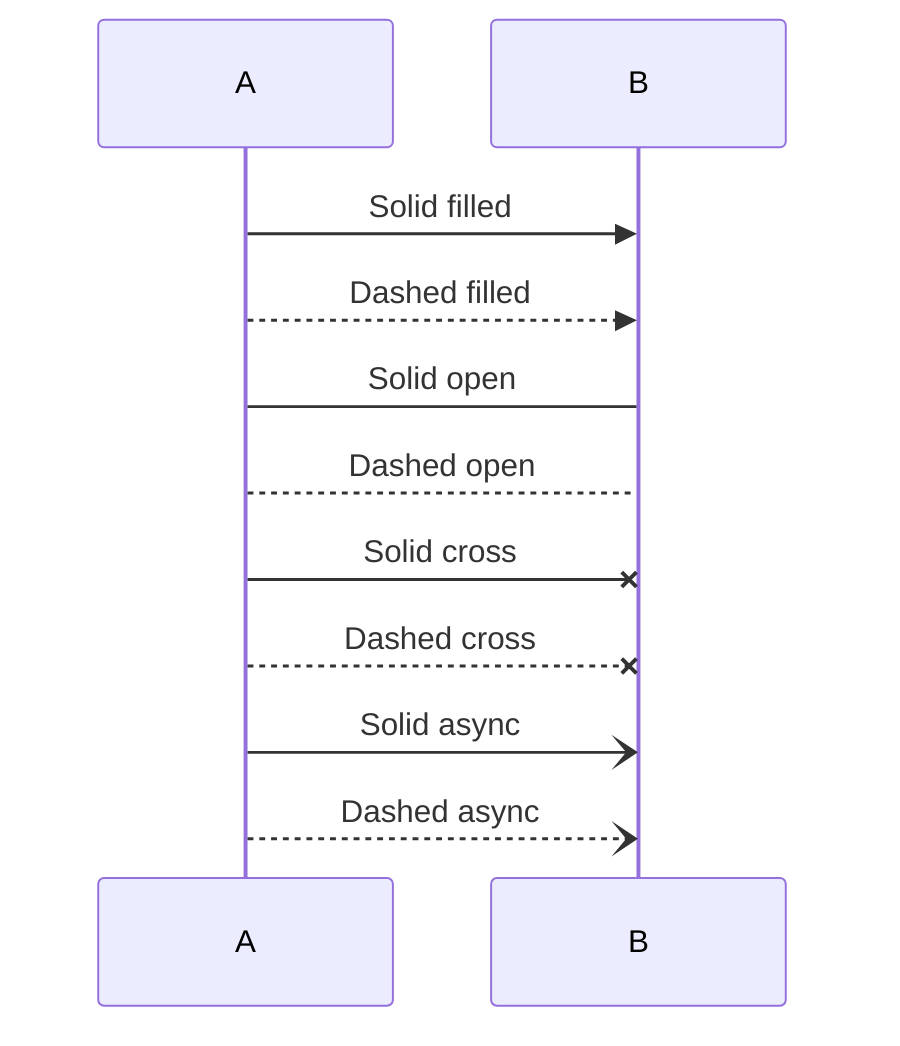
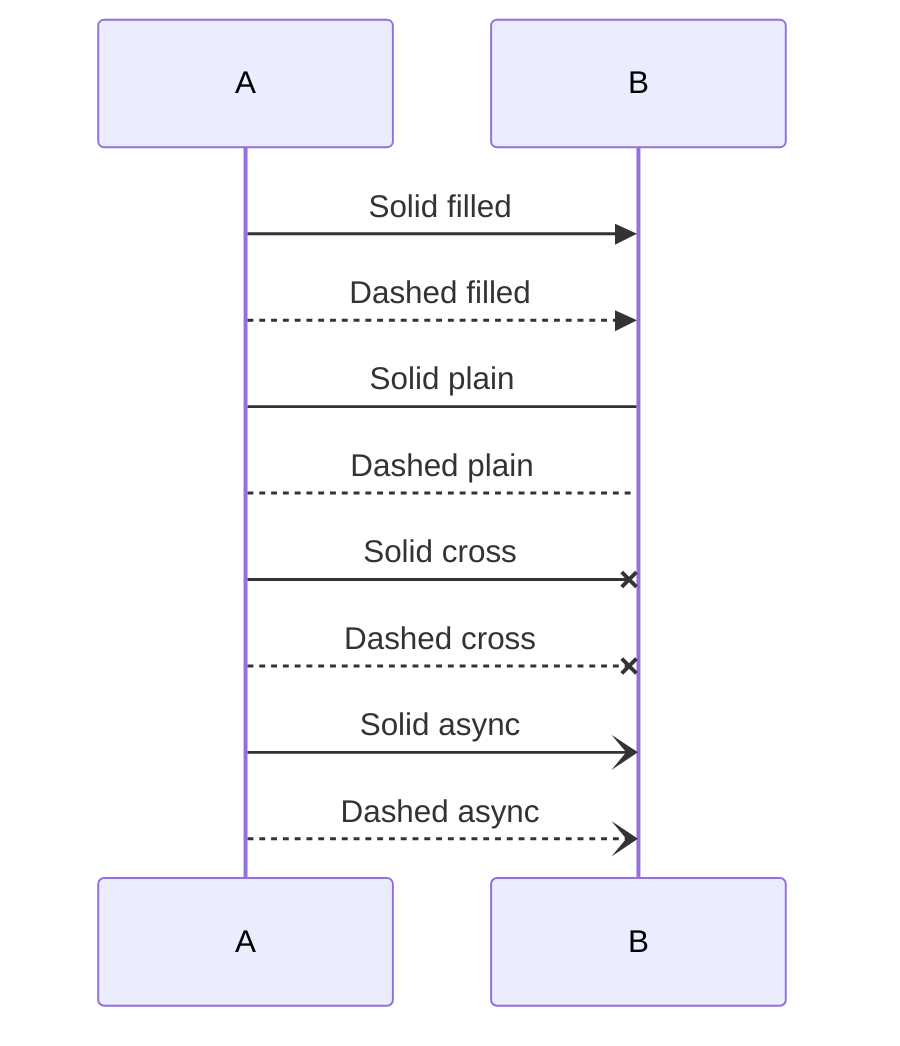
sequenceDiagram
    participant A
    participant B
    A->>B: Solid filled
    A-->>B: Dashed filled
-     A->B: Solid open
-     A-->B: Dashed open
+     A->B: Solid plain
+     A-->B: Dashed plain
    A-xB: Solid cross
    A--xB: Dashed cross
    A-)B: Solid async
    A--)B: Dashed async
